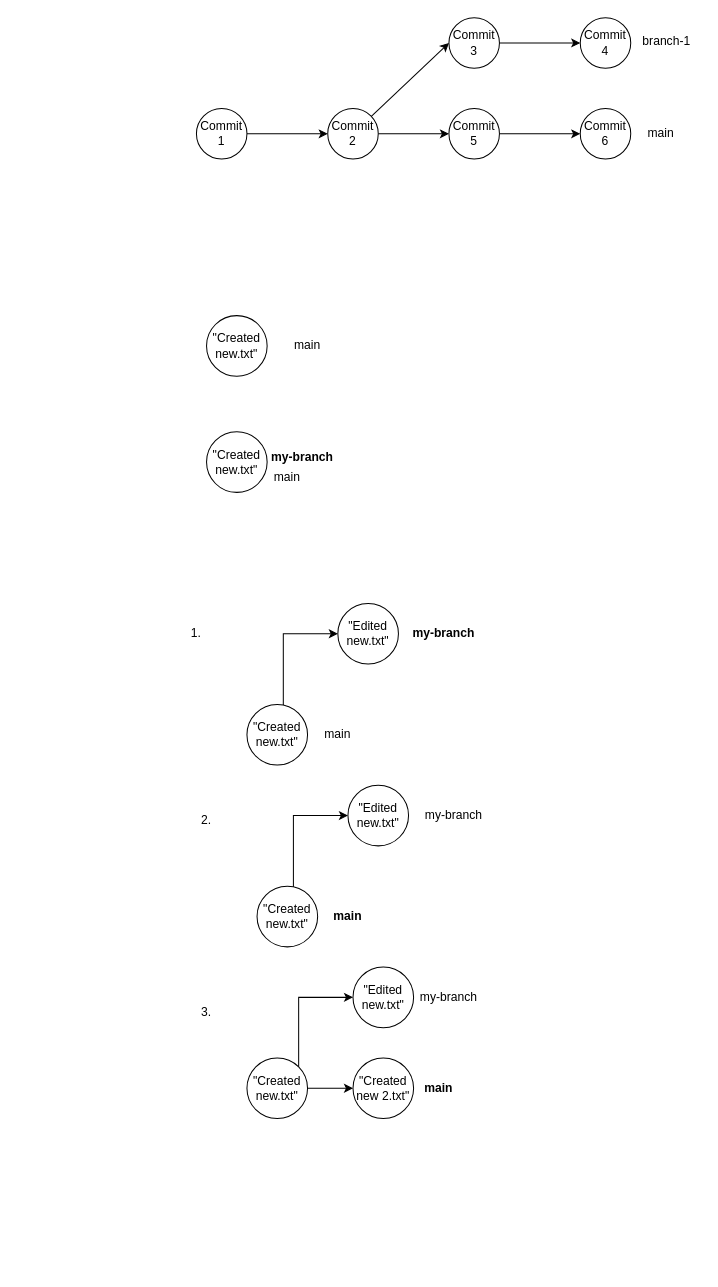
Above: slides/image_src/commit_illustration_src.drawio in Cambridge-ICCS/Summer-school-Intro-Git (draw.io), before the change. Source tidied: cells renumbered, new cells numbered last; positions are measured from the earlier drawing's top-left corner, leaving out a move shared by most shapes. Both pictures are drawn from the tidied source at 101%, with x=0, y=0 at pixel (166, 17).
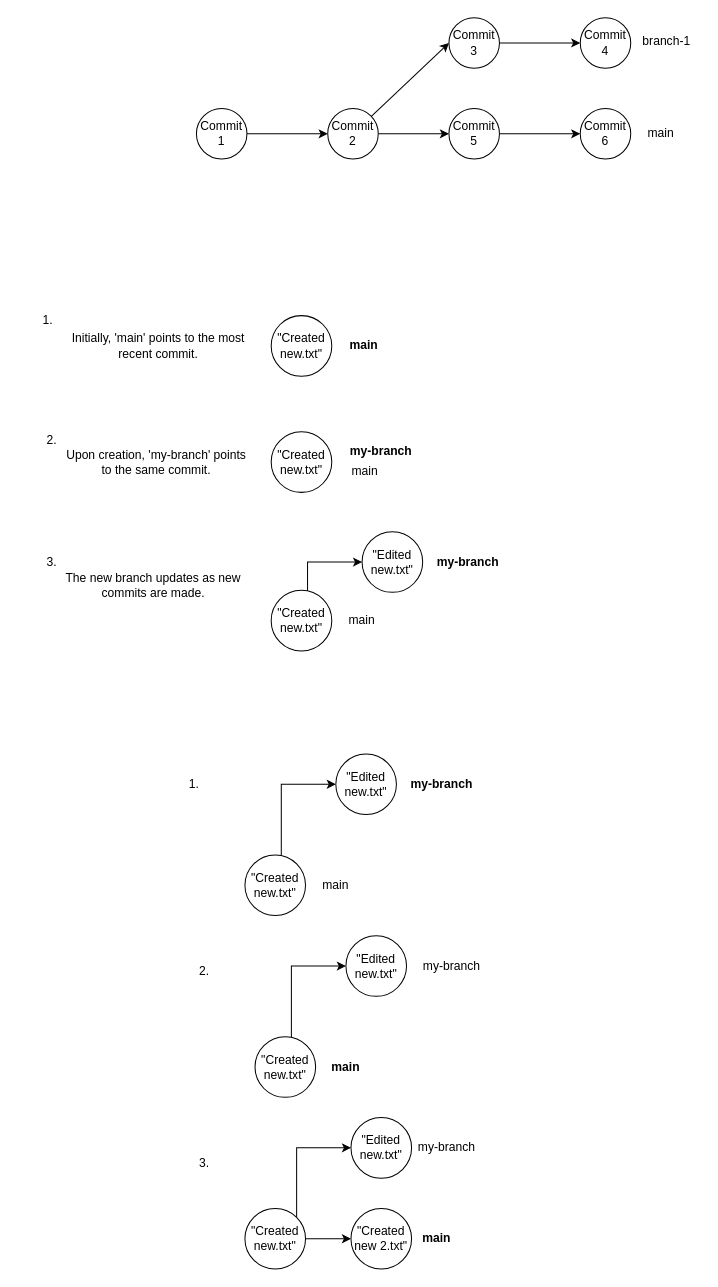
Above is the later version.

Diff of the diagram source:
```diff
@@
-    <mxCell id="13" value="main" style="text;strokeColor=none;align=center;fillColor=none;html=1;verticalAlign=middle;whiteSpace=wrap;rounded=0;" parent="1" vertex="1">
-      <mxGeometry x="460" y="100" width="60" height="30" as="geometry" />
-    </mxCell>
+    <mxCell id="40" value="main" style="text;strokeColor=none;align=center;fillColor=none;html=1;verticalAlign=middle;whiteSpace=wrap;rounded=0;" parent="1" vertex="1">
+      <mxGeometry x="460" y="100" width="60" height="30" as="geometry" />
+    </mxCell>
@@
-    <mxCell id="15" value="&quot;Created new.txt&quot;" style="ellipse;whiteSpace=wrap;html=1;" parent="1" vertex="1">
-      <mxGeometry x="40" y="295" width="60" height="60" as="geometry" />
-    </mxCell>
-    <mxCell id="16" value="main" style="text;strokeColor=none;align=center;fillColor=none;html=1;verticalAlign=middle;whiteSpace=wrap;rounded=0;" parent="1" vertex="1">
-      <mxGeometry x="110" y="310" width="60" height="30" as="geometry" />
-    </mxCell>
-    <mxCell id="17" style="edgeStyle=orthogonalEdgeStyle;rounded=0;jettySize=auto;html=1;" parent="1" edge="1" source="19" target="23">
-      <mxGeometry relative="1" as="geometry" />
-    </mxCell>
-    <mxCell id="18" style="edgeStyle=orthogonalEdgeStyle;rounded=0;jettySize=auto;html=1;exitX=1;exitY=0;exitDx=0;exitDy=0;" parent="1" edge="1" source="19" target="21">
-      <mxGeometry relative="1" as="geometry">
-        <Array as="points">
-          <mxPoint x="131" y="970" />
-        </Array>
-      </mxGeometry>
-    </mxCell>
-    <mxCell id="19" value="&quot;Created new.txt&quot;" style="ellipse;whiteSpace=wrap;html=1;" parent="1" vertex="1">
-      <mxGeometry x="80" y="1030" width="60" height="60" as="geometry" />
-    </mxCell>
-    <mxCell id="20" value="main" style="text;strokeColor=none;align=center;fillColor=none;html=1;verticalAlign=middle;whiteSpace=wrap;rounded=0;fontStyle=1;" parent="1" vertex="1">
-      <mxGeometry x="240" y="1045" width="60" height="30" as="geometry" />
-    </mxCell>
-    <mxCell id="21" value="&quot;Edited new.txt&quot;" style="ellipse;whiteSpace=wrap;html=1;" parent="1" vertex="1">
-      <mxGeometry x="185" y="940" width="60" height="60" as="geometry" />
-    </mxCell>
+    <mxCell id="41" value="&quot;Created new.txt&quot;" style="ellipse;whiteSpace=wrap;html=1;" parent="1" vertex="1">
+      <mxGeometry x="104" y="295" width="60" height="60" as="geometry" />
+    </mxCell>
+    <mxCell id="42" value="&lt;b&gt;main&lt;/b&gt;" style="text;strokeColor=none;align=center;fillColor=none;html=1;verticalAlign=middle;whiteSpace=wrap;rounded=0;" parent="1" vertex="1">
+      <mxGeometry x="166" y="310" width="60" height="30" as="geometry" />
+    </mxCell>
+    <mxCell id="43" style="edgeStyle=orthogonalEdgeStyle;rounded=0;jettySize=auto;html=1;" parent="1" edge="1" source="45" target="23">
+      <mxGeometry relative="1" as="geometry" />
+    </mxCell>
+    <mxCell id="44" style="edgeStyle=orthogonalEdgeStyle;rounded=0;jettySize=auto;html=1;exitX=1;exitY=0;exitDx=0;exitDy=0;" parent="1" edge="1" source="45" target="47">
+      <mxGeometry relative="1" as="geometry">
+        <Array as="points">
+          <mxPoint x="129" y="1119" />
+        </Array>
+      </mxGeometry>
+    </mxCell>
+    <mxCell id="45" value="&quot;Created new.txt&quot;" style="ellipse;whiteSpace=wrap;html=1;" parent="1" vertex="1">
+      <mxGeometry x="78" y="1179" width="60" height="60" as="geometry" />
+    </mxCell>
+    <mxCell id="46" value="main" style="text;strokeColor=none;align=center;fillColor=none;html=1;verticalAlign=middle;whiteSpace=wrap;rounded=0;fontStyle=1;" parent="1" vertex="1">
+      <mxGeometry x="238" y="1194" width="60" height="30" as="geometry" />
+    </mxCell>
+    <mxCell id="47" value="&quot;Edited new.txt&quot;" style="ellipse;whiteSpace=wrap;html=1;" parent="1" vertex="1">
+      <mxGeometry x="183" y="1089" width="60" height="60" as="geometry" />
+    </mxCell>
     <mxCell id="22" value="my-branch" style="text;strokeColor=none;align=center;fillColor=none;html=1;verticalAlign=middle;whiteSpace=wrap;rounded=0;" parent="1" vertex="1">
-      <mxGeometry x="250" y="955" width="60" height="30" as="geometry" />
+      <mxGeometry x="248" y="1104" width="60" height="30" as="geometry" />
     </mxCell>
     <mxCell id="23" value="&quot;Created new 2.txt&quot;" style="ellipse;whiteSpace=wrap;html=1;" parent="1" vertex="1">
-      <mxGeometry x="185" y="1030" width="60" height="60" as="geometry" />
+      <mxGeometry x="183" y="1179" width="60" height="60" as="geometry" />
     </mxCell>
-    <mxCell id="24" style="edgeStyle=orthogonalEdgeStyle;rounded=0;jettySize=auto;html=1;exitX=1;exitY=0;exitDx=0;exitDy=0;" parent="1" edge="1" source="25" target="26">
-      <mxGeometry relative="1" as="geometry">
-        <Array as="points">
-          <mxPoint x="116" y="610" />
-        </Array>
-      </mxGeometry>
-    </mxCell>
-    <mxCell id="25" value="&quot;Created new.txt&quot;" style="ellipse;whiteSpace=wrap;html=1;" parent="1" vertex="1">
-      <mxGeometry x="80" y="680" width="60" height="60" as="geometry" />
-    </mxCell>
-    <mxCell id="26" value="&quot;Edited new.txt&quot;" style="ellipse;whiteSpace=wrap;html=1;" parent="1" vertex="1">
-      <mxGeometry x="170" y="580" width="60" height="60" as="geometry" />
-    </mxCell>
-    <mxCell id="27" value="main" style="text;strokeColor=none;align=center;fillColor=none;html=1;verticalAlign=middle;whiteSpace=wrap;rounded=0;" parent="1" vertex="1">
-      <mxGeometry x="140" y="695" width="60" height="30" as="geometry" />
-    </mxCell>
-    <mxCell id="28" value="my-branch" style="text;strokeColor=none;align=center;fillColor=none;html=1;verticalAlign=middle;whiteSpace=wrap;rounded=0;fontStyle=1;" parent="1" vertex="1">
-      <mxGeometry x="230" y="595" width="90" height="30" as="geometry" />
-    </mxCell>
-    <mxCell id="29" value="&quot;Created new.txt&quot;" style="ellipse;whiteSpace=wrap;html=1;" parent="1" vertex="1">
-      <mxGeometry x="40" y="410" width="60" height="60" as="geometry" />
-    </mxCell>
-    <mxCell id="30" value="main" style="text;strokeColor=none;align=center;fillColor=none;html=1;verticalAlign=middle;whiteSpace=wrap;rounded=0;" parent="1" vertex="1">
-      <mxGeometry x="90" y="440" width="60" height="30" as="geometry" />
-    </mxCell>
-    <mxCell id="31" value="my-branch" style="text;strokeColor=none;align=center;fillColor=none;html=1;verticalAlign=middle;whiteSpace=wrap;rounded=0;fontStyle=1;" parent="1" vertex="1">
-      <mxGeometry x="90" y="420" width="90" height="30" as="geometry" />
-    </mxCell>
-    <mxCell id="32" style="edgeStyle=orthogonalEdgeStyle;rounded=0;jettySize=auto;html=1;exitX=1;exitY=0;exitDx=0;exitDy=0;" parent="1" edge="1" source="33" target="34">
-      <mxGeometry relative="1" as="geometry">
-        <Array as="points">
-          <mxPoint x="126" y="790" />
-        </Array>
-      </mxGeometry>
-    </mxCell>
-    <mxCell id="33" value="&quot;Created new.txt&quot;" style="ellipse;whiteSpace=wrap;html=1;" parent="1" vertex="1">
-      <mxGeometry x="90" y="860" width="60" height="60" as="geometry" />
-    </mxCell>
-    <mxCell id="34" value="&quot;Edited new.txt&quot;" style="ellipse;whiteSpace=wrap;html=1;" parent="1" vertex="1">
-      <mxGeometry x="180" y="760" width="60" height="60" as="geometry" />
-    </mxCell>
-    <mxCell id="35" value="main" style="text;strokeColor=none;align=center;fillColor=none;html=1;verticalAlign=middle;whiteSpace=wrap;rounded=0;fontStyle=1;" parent="1" vertex="1">
-      <mxGeometry x="150" y="875" width="60" height="30" as="geometry" />
-    </mxCell>
+    <mxCell id="48" style="edgeStyle=orthogonalEdgeStyle;rounded=0;jettySize=auto;html=1;exitX=1;exitY=0;exitDx=0;exitDy=0;" parent="1" edge="1" source="49" target="50">
+      <mxGeometry relative="1" as="geometry">
+        <Array as="points">
+          <mxPoint x="114" y="759" />
+        </Array>
+      </mxGeometry>
+    </mxCell>
+    <mxCell id="49" value="&quot;Created new.txt&quot;" style="ellipse;whiteSpace=wrap;html=1;" parent="1" vertex="1">
+      <mxGeometry x="78" y="829" width="60" height="60" as="geometry" />
+    </mxCell>
+    <mxCell id="50" value="&quot;Edited new.txt&quot;" style="ellipse;whiteSpace=wrap;html=1;" parent="1" vertex="1">
+      <mxGeometry x="168" y="729" width="60" height="60" as="geometry" />
+    </mxCell>
+    <mxCell id="51" value="main" style="text;strokeColor=none;align=center;fillColor=none;html=1;verticalAlign=middle;whiteSpace=wrap;rounded=0;" parent="1" vertex="1">
+      <mxGeometry x="138" y="844" width="60" height="30" as="geometry" />
+    </mxCell>
+    <mxCell id="52" value="my-branch" style="text;strokeColor=none;align=center;fillColor=none;html=1;verticalAlign=middle;whiteSpace=wrap;rounded=0;fontStyle=1;" parent="1" vertex="1">
+      <mxGeometry x="228" y="744" width="90" height="30" as="geometry" />
+    </mxCell>
+    <mxCell id="53" value="&quot;Created new.txt&quot;" style="ellipse;whiteSpace=wrap;html=1;" parent="1" vertex="1">
+      <mxGeometry x="104" y="410" width="60" height="60" as="geometry" />
+    </mxCell>
+    <mxCell id="54" value="main" style="text;strokeColor=none;align=center;fillColor=none;html=1;verticalAlign=middle;whiteSpace=wrap;rounded=0;" parent="1" vertex="1">
+      <mxGeometry x="167" y="434" width="60" height="30" as="geometry" />
+    </mxCell>
+    <mxCell id="55" value="my-branch" style="text;strokeColor=none;align=center;fillColor=none;html=1;verticalAlign=middle;whiteSpace=wrap;rounded=0;fontStyle=1;" parent="1" vertex="1">
+      <mxGeometry x="168" y="414" width="90" height="30" as="geometry" />
+    </mxCell>
+    <mxCell id="56" style="edgeStyle=orthogonalEdgeStyle;rounded=0;jettySize=auto;html=1;exitX=1;exitY=0;exitDx=0;exitDy=0;" parent="1" edge="1" source="57" target="58">
+      <mxGeometry relative="1" as="geometry">
+        <Array as="points">
+          <mxPoint x="124" y="939" />
+        </Array>
+      </mxGeometry>
+    </mxCell>
+    <mxCell id="57" value="&quot;Created new.txt&quot;" style="ellipse;whiteSpace=wrap;html=1;" parent="1" vertex="1">
+      <mxGeometry x="88" y="1009" width="60" height="60" as="geometry" />
+    </mxCell>
+    <mxCell id="58" value="&quot;Edited new.txt&quot;" style="ellipse;whiteSpace=wrap;html=1;" parent="1" vertex="1">
+      <mxGeometry x="178" y="909" width="60" height="60" as="geometry" />
+    </mxCell>
+    <mxCell id="59" value="main" style="text;strokeColor=none;align=center;fillColor=none;html=1;verticalAlign=middle;whiteSpace=wrap;rounded=0;fontStyle=1;" parent="1" vertex="1">
+      <mxGeometry x="148" y="1024" width="60" height="30" as="geometry" />
+    </mxCell>
     <mxCell id="36" value="my-branch" style="text;strokeColor=none;align=center;fillColor=none;html=1;verticalAlign=middle;whiteSpace=wrap;rounded=0;fontStyle=0;" parent="1" vertex="1">
-      <mxGeometry x="240" y="775" width="90" height="30" as="geometry" />
+      <mxGeometry x="238" y="924" width="90" height="30" as="geometry" />
     </mxCell>
-    <mxCell id="37" value="1." style="text;strokeColor=none;align=center;fillColor=none;html=1;verticalAlign=middle;whiteSpace=wrap;rounded=0;" parent="1" vertex="1">
-      <mxGeometry y="595" width="60" height="30" as="geometry" />
-    </mxCell>
-    <mxCell id="38" value="2." style="text;strokeColor=none;align=center;fillColor=none;html=1;verticalAlign=middle;whiteSpace=wrap;rounded=0;" parent="1" vertex="1">
-      <mxGeometry x="10" y="780" width="60" height="30" as="geometry" />
-    </mxCell>
-    <mxCell id="39" value="3." style="text;strokeColor=none;align=center;fillColor=none;html=1;verticalAlign=middle;whiteSpace=wrap;rounded=0;" parent="1" vertex="1">
-      <mxGeometry x="10" y="970" width="60" height="30" as="geometry" />
-    </mxCell>
+    <mxCell id="60" value="1." style="text;strokeColor=none;align=center;fillColor=none;html=1;verticalAlign=middle;whiteSpace=wrap;rounded=0;" parent="1" vertex="1">
+      <mxGeometry x="-2" y="744" width="60" height="30" as="geometry" />
+    </mxCell>
+    <mxCell id="61" value="2." style="text;strokeColor=none;align=center;fillColor=none;html=1;verticalAlign=middle;whiteSpace=wrap;rounded=0;" parent="1" vertex="1">
+      <mxGeometry x="8" y="929" width="60" height="30" as="geometry" />
+    </mxCell>
+    <mxCell id="62" value="3." style="text;strokeColor=none;align=center;fillColor=none;html=1;verticalAlign=middle;whiteSpace=wrap;rounded=0;" parent="1" vertex="1">
+      <mxGeometry x="8" y="1119" width="60" height="30" as="geometry" />
+    </mxCell>
+    <mxCell id="63" style="edgeStyle=orthogonalEdgeStyle;rounded=0;jettySize=auto;html=1;exitX=1;exitY=0;exitDx=0;exitDy=0;" parent="1" edge="1" source="64" target="65">
+      <mxGeometry relative="1" as="geometry">
+        <Array as="points">
+          <mxPoint x="140" y="539" />
+        </Array>
+      </mxGeometry>
+    </mxCell>
+    <mxCell id="64" value="&quot;Created new.txt&quot;" style="ellipse;whiteSpace=wrap;html=1;" parent="1" vertex="1">
+      <mxGeometry x="104" y="567" width="60" height="60" as="geometry" />
+    </mxCell>
+    <mxCell id="65" value="&quot;Edited new.txt&quot;" style="ellipse;whiteSpace=wrap;html=1;" parent="1" vertex="1">
+      <mxGeometry x="194" y="509" width="60" height="60" as="geometry" />
+    </mxCell>
+    <mxCell id="66" value="main" style="text;strokeColor=none;align=center;fillColor=none;html=1;verticalAlign=middle;whiteSpace=wrap;rounded=0;" parent="1" vertex="1">
+      <mxGeometry x="164" y="582" width="60" height="30" as="geometry" />
+    </mxCell>
+    <mxCell id="67" value="my-branch" style="text;strokeColor=none;align=center;fillColor=none;html=1;verticalAlign=middle;whiteSpace=wrap;rounded=0;fontStyle=1;" parent="1" vertex="1">
+      <mxGeometry x="254" y="524" width="90" height="30" as="geometry" />
+    </mxCell>
+    <mxCell id="68" value="1." style="text;strokeColor=none;align=center;fillColor=none;html=1;verticalAlign=middle;whiteSpace=wrap;rounded=0;" parent="1" vertex="1">
+      <mxGeometry x="-147" y="285" width="60" height="30" as="geometry" />
+    </mxCell>
+    <mxCell id="69" value="2." style="text;strokeColor=none;align=center;fillColor=none;html=1;verticalAlign=middle;whiteSpace=wrap;rounded=0;" parent="1" vertex="1">
+      <mxGeometry x="-143" y="404" width="60" height="30" as="geometry" />
+    </mxCell>
+    <mxCell id="70" value="3." style="text;strokeColor=none;align=center;fillColor=none;html=1;verticalAlign=middle;whiteSpace=wrap;rounded=0;" parent="1" vertex="1">
+      <mxGeometry x="-143" y="524" width="60" height="30" as="geometry" />
+    </mxCell>
+    <mxCell id="71" value="Initially, 'main' points to the most recent commit." style="text;html=1;align=center;verticalAlign=middle;whiteSpace=wrap;rounded=0;" parent="1" vertex="1">
+      <mxGeometry x="-100" y="310" width="185" height="30" as="geometry" />
+    </mxCell>
+    <mxCell id="72" value="Upon creation, 'my-branch' points to the same commit." style="text;html=1;align=center;verticalAlign=middle;whiteSpace=wrap;rounded=0;" parent="1" vertex="1">
+      <mxGeometry x="-102" y="425" width="185" height="30" as="geometry" />
+    </mxCell>
+    <mxCell id="73" value="The new branch updates as new commits are made." style="text;html=1;align=center;verticalAlign=middle;whiteSpace=wrap;rounded=0;" parent="1" vertex="1">
+      <mxGeometry x="-105" y="547" width="185" height="30" as="geometry" />
+    </mxCell>
```
